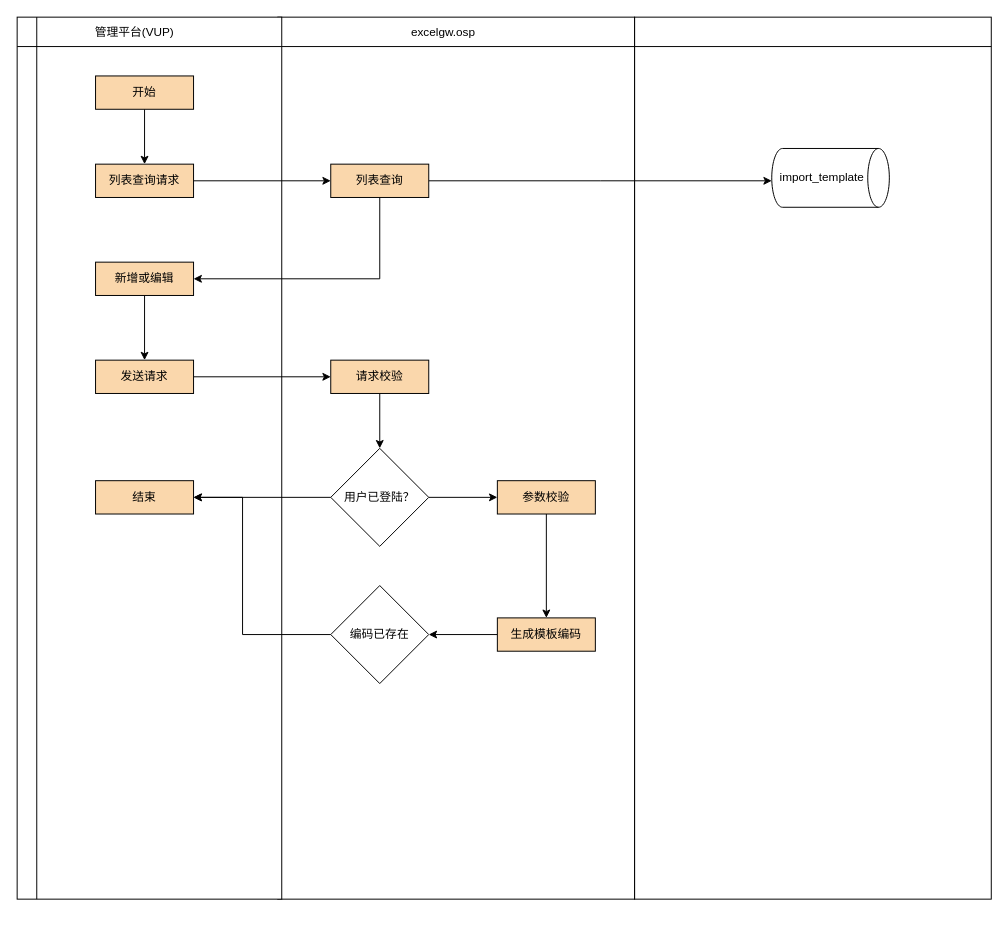
Above: page "通用流程" (1 of 2) of 通用导入导出平台.drawio in vvhard/draw_io (draw.io), before the change. Source tidied: cells renumbered, new cells numbered last; positions are measured from the earlier drawing's top-left corner, leaving out a move shared by most shapes. Both pictures are drawn from the tidied source at 98%, with x=0, y=0 at pixel (17, 17).
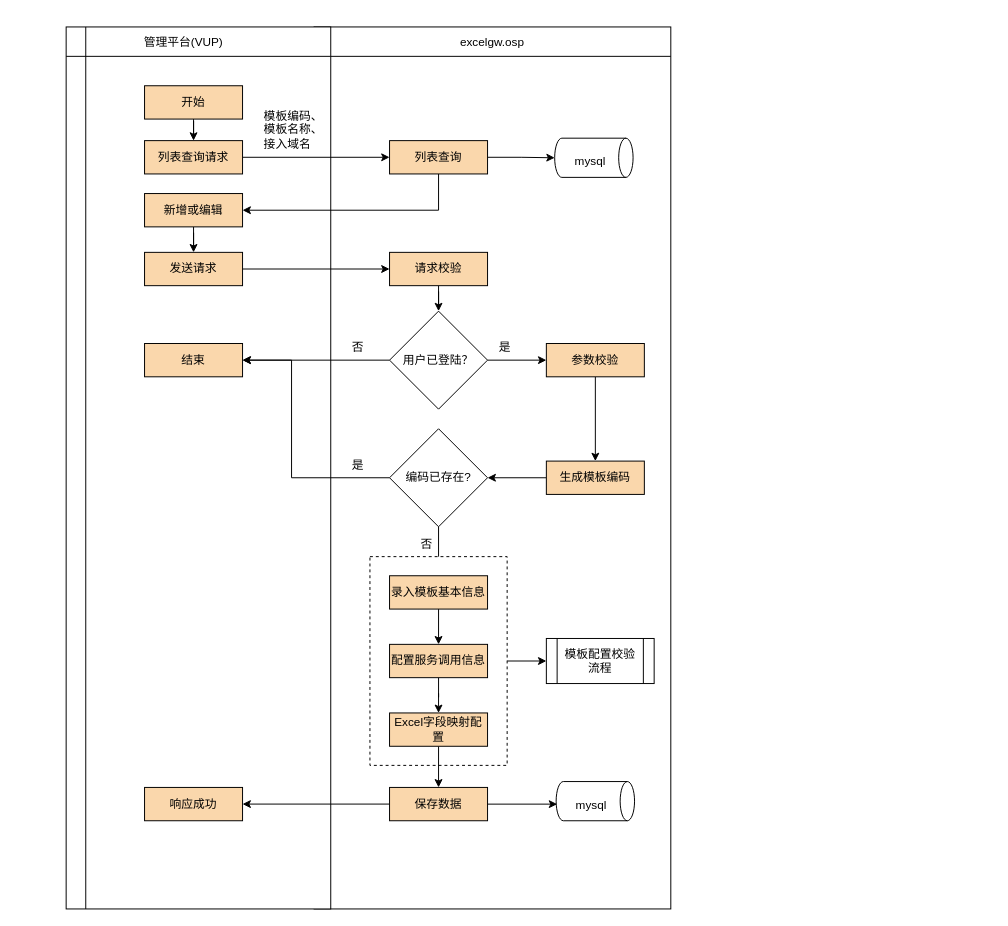
After the change.

Commit message:
更新通用导入导出平台.drawio

Diff of the diagram source:
```diff
@@
-    <mxCell id="2" style="shape=internalStorage;whiteSpace=wrap;html=1;backgroundOutline=1;dx=0;dy=30;" parent="1" vertex="1">
-      <mxGeometry x="630" width="364" height="900" as="geometry" />
-    </mxCell>
     <mxCell id="3" style="shape=internalStorage;whiteSpace=wrap;html=1;backgroundOutline=1;dx=0;dy=30;" parent="1" vertex="1">
-      <mxGeometry x="266" width="364" height="900" as="geometry" />
+      <mxGeometry x="303" y="10" width="364" height="900" as="geometry" />
     </mxCell>
     <mxCell id="4" value="excelgw.osp" style="text;html=1;align=center;verticalAlign=middle;whiteSpace=wrap;rounded=0;" parent="1" vertex="1">
-      <mxGeometry x="390" y="6" width="90" height="20" as="geometry" />
+      <mxGeometry x="440" y="16" width="90" height="20" as="geometry" />
     </mxCell>
     <mxCell id="5" style="shape=internalStorage;whiteSpace=wrap;html=1;backgroundOutline=1;dx=20;dy=30;" parent="1" vertex="1">
-      <mxGeometry width="270" height="900" as="geometry" />
+      <mxGeometry x="50" y="10" width="270" height="900" as="geometry" />
     </mxCell>
     <mxCell id="6" value="管理平台(VUP)" style="text;html=1;align=center;verticalAlign=middle;whiteSpace=wrap;rounded=0;" parent="1" vertex="1">
-      <mxGeometry x="70" y="6" width="100" height="20" as="geometry" />
+      <mxGeometry x="120" y="16" width="100" height="20" as="geometry" />
     </mxCell>
@@
     <mxCell id="8" value="列表查询请求" style="rounded=0;whiteSpace=wrap;html=1;fillColor=#fad7ac;strokeColor=default;" parent="1" vertex="1">
-      <mxGeometry x="80" y="150" width="100" height="34" as="geometry" />
+      <mxGeometry x="130" y="126" width="100" height="34" as="geometry" />
     </mxCell>
@@
     <mxCell id="10" value="开始" style="rounded=0;whiteSpace=wrap;html=1;fillColor=#fad7ac;strokeColor=default;" parent="1" vertex="1">
-      <mxGeometry x="80" y="60" width="100" height="34" as="geometry" />
+      <mxGeometry x="130" y="70" width="100" height="34" as="geometry" />
     </mxCell>
@@
-    <mxCell id="12" style="edgeStyle=orthogonalEdgeStyle;rounded=0;jettySize=auto;html=1;" parent="1" edge="1" source="13">
-      <mxGeometry relative="1" as="geometry">
-        <mxPoint x="770" y="167" as="targetPoint" />
-      </mxGeometry>
+    <mxCell id="12" style="edgeStyle=orthogonalEdgeStyle;rounded=0;jettySize=auto;html=1;entryX=0;entryY=0.5;entryDx=0;entryDy=0;entryPerimeter=0;" parent="1" edge="1" source="13" target="29">
+      <mxGeometry relative="1" as="geometry" />
     </mxCell>
     <mxCell id="13" value="列表查询" style="rounded=0;whiteSpace=wrap;html=1;fillColor=#fad7ac;strokeColor=default;" parent="1" vertex="1">
-      <mxGeometry x="320" y="150" width="100" height="34" as="geometry" />
+      <mxGeometry x="380" y="126" width="100" height="34" as="geometry" />
     </mxCell>
@@
     <mxCell id="15" value="新增或编辑" style="rounded=0;whiteSpace=wrap;html=1;fillColor=#fad7ac;strokeColor=default;" parent="1" vertex="1">
-      <mxGeometry x="80" y="250" width="100" height="34" as="geometry" />
+      <mxGeometry x="130" y="180" width="100" height="34" as="geometry" />
     </mxCell>
@@
     <mxCell id="17" value="发送请求" style="rounded=0;whiteSpace=wrap;html=1;fillColor=#fad7ac;strokeColor=default;" parent="1" vertex="1">
-      <mxGeometry x="80" y="350" width="100" height="34" as="geometry" />
+      <mxGeometry x="130" y="240" width="100" height="34" as="geometry" />
     </mxCell>
@@
     <mxCell id="19" value="请求校验" style="rounded=0;whiteSpace=wrap;html=1;fillColor=#fad7ac;strokeColor=default;" parent="1" vertex="1">
-      <mxGeometry x="320" y="350" width="100" height="34" as="geometry" />
+      <mxGeometry x="380" y="240" width="100" height="34" as="geometry" />
     </mxCell>
@@
     <mxCell id="22" value="用户已登陆？" style="rhombus;whiteSpace=wrap;html=1;" parent="1" vertex="1">
-      <mxGeometry x="320" y="440" width="100" height="100" as="geometry" />
+      <mxGeometry x="380" y="300" width="100" height="100" as="geometry" />
     </mxCell>
     <mxCell id="23" value="结束" style="rounded=0;whiteSpace=wrap;html=1;fillColor=#fad7ac;strokeColor=default;" parent="1" vertex="1">
-      <mxGeometry x="80" y="473" width="100" height="34" as="geometry" />
+      <mxGeometry x="130" y="333" width="100" height="34" as="geometry" />
     </mxCell>
@@
     <mxCell id="25" value="参数校验" style="rounded=0;whiteSpace=wrap;html=1;fillColor=#fad7ac;strokeColor=default;" parent="1" vertex="1">
-      <mxGeometry x="490" y="473" width="100" height="34" as="geometry" />
+      <mxGeometry x="540" y="333" width="100" height="34" as="geometry" />
     </mxCell>
@@
     <mxCell id="27" value="生成模板编码" style="rounded=0;whiteSpace=wrap;html=1;fillColor=#fad7ac;strokeColor=default;" parent="1" vertex="1">
-      <mxGeometry x="490" y="613" width="100" height="34" as="geometry" />
+      <mxGeometry x="540" y="453" width="100" height="34" as="geometry" />
     </mxCell>
     <mxCell id="28" style="group;" parent="1" vertex="1">
-      <mxGeometry x="770" y="134" width="120" height="60" as="geometry" />
+      <mxGeometry x="548.5" y="123.5" width="85" height="47" as="geometry" />
     </mxCell>
     <mxCell id="29" style="strokeWidth=1;html=1;shape=mxgraph.flowchart.direct_data;whiteSpace=wrap;" parent="28" vertex="1">
-      <mxGeometry width="120" height="60" as="geometry" />
+      <mxGeometry width="80" height="40" as="geometry" />
     </mxCell>
-    <mxCell id="30" value="import_template" style="text;html=1;align=center;verticalAlign=middle;whiteSpace=wrap;rounded=0;" parent="28" vertex="1">
-      <mxGeometry x="10" y="19.4" width="82.5" height="21.3" as="geometry" />
+    <mxCell id="30" value="mysql" style="text;html=1;align=center;verticalAlign=middle;whiteSpace=wrap;rounded=0;" parent="28" vertex="1">
+      <mxGeometry x="7.1" y="15.2" width="58.4" height="16.7" as="geometry" />
     </mxCell>
-    <mxCell id="31" style="edgeStyle=orthogonalEdgeStyle;rounded=0;jettySize=auto;html=1;entryX=1;entryY=0.5;entryDx=0;entryDy=0;" parent="1" edge="1" source="32" target="23">
+    <mxCell id="31" style="edgeStyle=orthogonalEdgeStyle;rounded=0;jettySize=auto;html=1;exitX=0;exitY=0.5;exitDx=0;exitDy=0;entryX=1;entryY=0.5;entryDx=0;entryDy=0;" parent="1" edge="1" source="32" target="23">
       <mxGeometry relative="1" as="geometry">
         <Array as="points">
-          <mxPoint x="230" y="630" />
-          <mxPoint x="230" y="490" />
+          <mxPoint x="280" y="470" />
+          <mxPoint x="280" y="350" />
         </Array>
       </mxGeometry>
     </mxCell>
+    <mxCell id="33" style="edgeStyle=orthogonalEdgeStyle;rounded=0;jettySize=auto;html=1;" parent="1" edge="1" source="32" target="37">
+      <mxGeometry relative="1" as="geometry" />
+    </mxCell>
-    <mxCell id="32" value="编码已存在" style="rhombus;whiteSpace=wrap;html=1;" parent="1" vertex="1">
-      <mxGeometry x="320" y="580" width="100" height="100" as="geometry" />
+    <mxCell id="32" value="编码已存在?" style="rhombus;whiteSpace=wrap;html=1;" parent="1" vertex="1">
+      <mxGeometry x="380" y="420" width="100" height="100" as="geometry" />
     </mxCell>
+    <mxCell id="34" style="edgeStyle=orthogonalEdgeStyle;rounded=0;jettySize=auto;html=1;" parent="1" edge="1" source="35" target="50">
+      <mxGeometry relative="1" as="geometry" />
+    </mxCell>
+    <mxCell id="35" style="rounded=0;whiteSpace=wrap;html=1;dashed=1;" parent="1" vertex="1">
+      <mxGeometry x="360" y="550.5" width="140" height="213" as="geometry" />
+    </mxCell>
+    <mxCell id="36" style="edgeStyle=orthogonalEdgeStyle;rounded=0;jettySize=auto;html=1;exitX=0.5;exitY=1;exitDx=0;exitDy=0;entryX=0.5;entryY=0;entryDx=0;entryDy=0;" parent="1" edge="1" source="37" target="39">
+      <mxGeometry relative="1" as="geometry" />
+    </mxCell>
+    <mxCell id="37" value="录入模板基本信息" style="rounded=0;whiteSpace=wrap;html=1;fillColor=#fad7ac;strokeColor=default;" parent="1" vertex="1">
+      <mxGeometry x="380" y="570" width="100" height="34" as="geometry" />
+    </mxCell>
+    <mxCell id="38" style="edgeStyle=orthogonalEdgeStyle;rounded=0;jettySize=auto;html=1;" parent="1" edge="1" source="39" target="43">
+      <mxGeometry relative="1" as="geometry" />
+    </mxCell>
+    <mxCell id="39" value="配置服务调用信息" style="rounded=0;whiteSpace=wrap;html=1;fillColor=#fad7ac;strokeColor=default;" parent="1" vertex="1">
+      <mxGeometry x="380" y="640" width="100" height="34" as="geometry" />
+    </mxCell>
+    <mxCell id="40" style="edgeStyle=orthogonalEdgeStyle;rounded=0;jettySize=auto;html=1;entryX=1;entryY=0.5;entryDx=0;entryDy=0;exitX=0;exitY=0.5;exitDx=0;exitDy=0;" parent="1" edge="1" source="41" target="44">
+      <mxGeometry relative="1" as="geometry" />
+    </mxCell>
+    <mxCell id="41" value="保存数据" style="rounded=0;whiteSpace=wrap;html=1;fillColor=#fad7ac;strokeColor=default;" parent="1" vertex="1">
+      <mxGeometry x="380" y="786" width="100" height="34" as="geometry" />
+    </mxCell>
+    <mxCell id="42" style="edgeStyle=orthogonalEdgeStyle;rounded=0;jettySize=auto;html=1;" parent="1" edge="1" source="43" target="41">
+      <mxGeometry relative="1" as="geometry" />
+    </mxCell>
+    <mxCell id="43" value="Excel字段映射配置" style="rounded=0;whiteSpace=wrap;html=1;fillColor=#fad7ac;strokeColor=default;" parent="1" vertex="1">
+      <mxGeometry x="380" y="710" width="100" height="34" as="geometry" />
+    </mxCell>
+    <mxCell id="44" value="响应成功" style="rounded=0;whiteSpace=wrap;html=1;fillColor=#fad7ac;strokeColor=default;" parent="1" vertex="1">
+      <mxGeometry x="130" y="786" width="100" height="34" as="geometry" />
+    </mxCell>
+    <mxCell id="45" value="模板编码、&lt;div&gt;模板名称、&lt;/div&gt;&lt;div&gt;&lt;span style=&quot;background-color: initial;&quot;&gt;接入域名&lt;/span&gt;&lt;/div&gt;" style="text;html=1;align=left;verticalAlign=middle;whiteSpace=wrap;rounded=0;" parent="1" vertex="1">
+      <mxGeometry x="250" y="90" width="70" height="50" as="geometry" />
+    </mxCell>
+    <mxCell id="46" value="是" style="text;html=1;align=left;verticalAlign=middle;whiteSpace=wrap;rounded=0;" parent="1" vertex="1">
+      <mxGeometry x="490" y="329" width="20" height="16" as="geometry" />
+    </mxCell>
+    <mxCell id="47" value="否" style="text;html=1;align=left;verticalAlign=middle;whiteSpace=wrap;rounded=0;" parent="1" vertex="1">
+      <mxGeometry x="340" y="329" width="20" height="16" as="geometry" />
+    </mxCell>
+    <mxCell id="48" value="是" style="text;html=1;align=left;verticalAlign=middle;whiteSpace=wrap;rounded=0;" parent="1" vertex="1">
+      <mxGeometry x="340" y="450" width="20" height="16" as="geometry" />
+    </mxCell>
+    <mxCell id="49" value="否" style="text;html=1;align=left;verticalAlign=middle;whiteSpace=wrap;rounded=0;" parent="1" vertex="1">
+      <mxGeometry x="410" y="530" width="16" height="16" as="geometry" />
+    </mxCell>
+    <mxCell id="50" value="模板配置校验&lt;div&gt;流程&lt;/div&gt;" style="shape=process;whiteSpace=wrap;html=1;backgroundOutline=1;" parent="1" vertex="1">
+      <mxGeometry x="540" y="634" width="110" height="46" as="geometry" />
+    </mxCell>
+    <mxCell id="51" style="group;" parent="1" vertex="1">
+      <mxGeometry x="550" y="780" width="85" height="47" as="geometry" />
+    </mxCell>
+    <mxCell id="52" style="strokeWidth=1;html=1;shape=mxgraph.flowchart.direct_data;whiteSpace=wrap;" parent="51" vertex="1">
+      <mxGeometry width="80" height="40" as="geometry" />
+    </mxCell>
+    <mxCell id="53" value="mysql" style="text;html=1;align=center;verticalAlign=middle;whiteSpace=wrap;rounded=0;" parent="51" vertex="1">
+      <mxGeometry x="7.1" y="15.2" width="58.4" height="16.7" as="geometry" />
+    </mxCell>
+    <mxCell id="54" style="edgeStyle=orthogonalEdgeStyle;rounded=0;jettySize=auto;html=1;entryX=-0.104;entryY=0.47;entryDx=0;entryDy=0;entryPerimeter=0;" parent="1" edge="1" source="41" target="53">
+      <mxGeometry relative="1" as="geometry" />
+    </mxCell>
```
